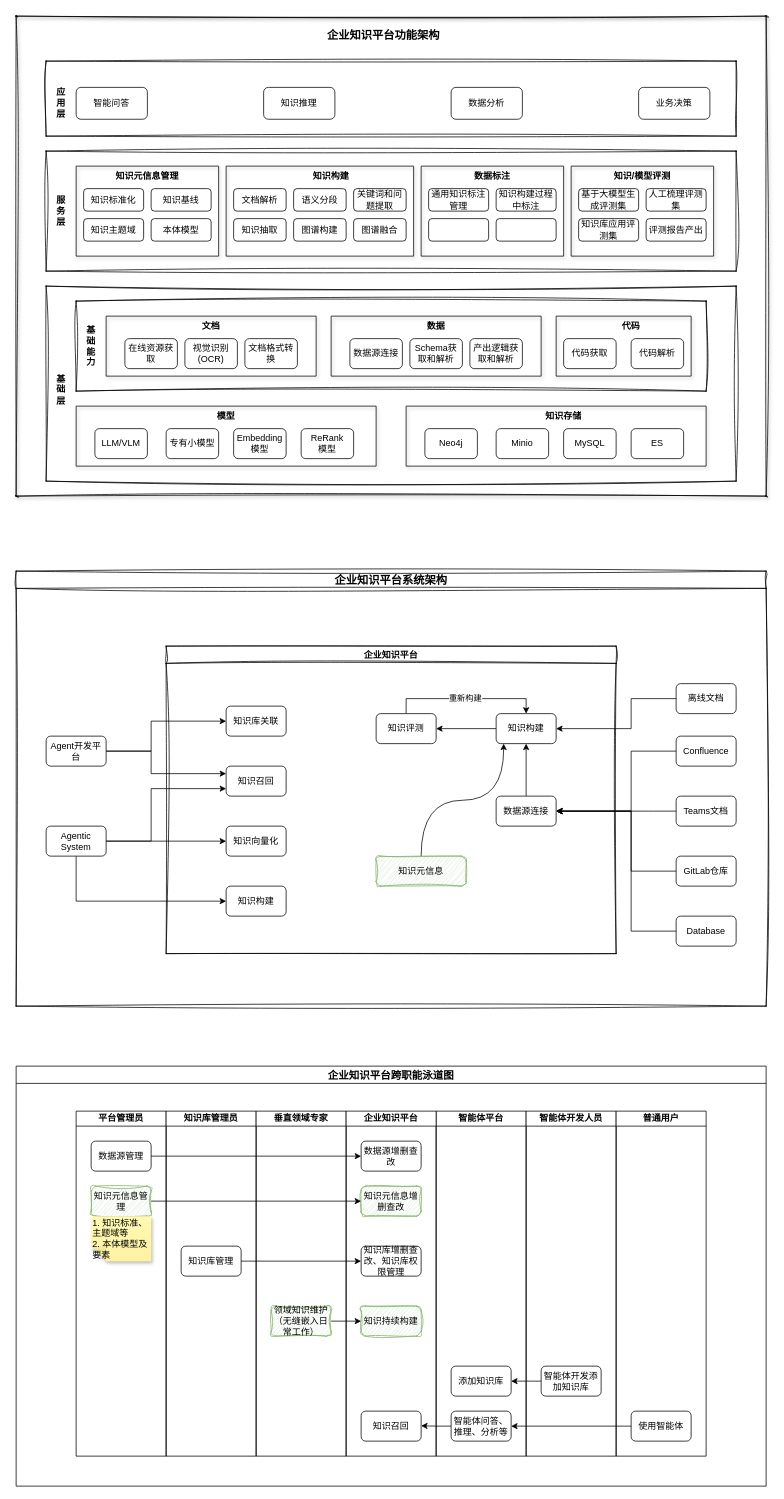
Earlier version of the draw.io diagram page "平台整体设计" (1 of 2) of biz_flow/企业知识平台设计.drawio (hlld3344/diagrams). Source tidied: cells renumbered, new cells numbered last; positions are measured from the earlier drawing's top-left corner, leaving out a move shared by most shapes. Both pictures are drawn from the tidied source at 75%, with x=0, y=0 at pixel (16, 16).
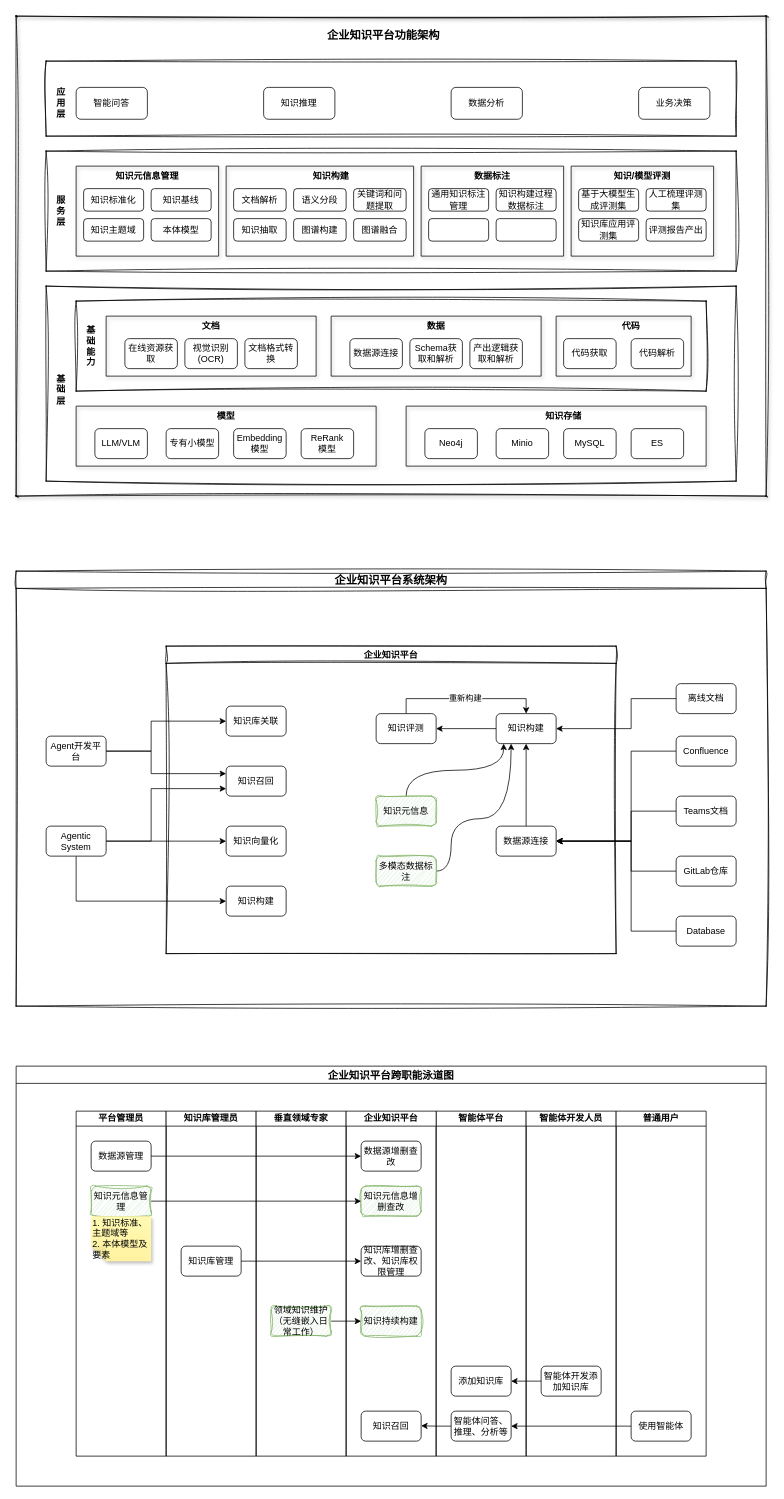
After the change.

Commit message:
更新企业知识平台设计.drawio

Unchanged cells that the change refers to:
```xml
<mxCell id="43" style="swimlane;startSize=0;shadow=1;" parent="33" vertex="1">
  <mxGeometry x="500" y="20" width="190" height="120" as="geometry" />
</mxCell>
<mxCell id="68" value="&lt;font style=&quot;font-size: 15px;&quot;&gt;企业知识平台系统架构&lt;/font&gt;" style="swimlane;whiteSpace=wrap;html=1;shadow=0;sketch=1;curveFitting=1;jiggle=2;" parent="1" vertex="1">
  <mxGeometry y="740" width="1000" height="580" as="geometry" />
</mxCell>
<mxCell id="69" value="企业知识平台" style="swimlane;whiteSpace=wrap;html=1;sketch=1;curveFitting=1;jiggle=2;" parent="68" vertex="1">
  <mxGeometry x="200" y="100" width="600" height="410" as="geometry" />
</mxCell>
<mxCell id="74" value="知识构建" style="rounded=1;whiteSpace=wrap;html=1;" parent="69" vertex="1">
  <mxGeometry x="440" y="90" width="80" height="40" as="geometry" />
</mxCell>
<mxCell id="89" value="Confluence" style="rounded=1;whiteSpace=wrap;html=1;" parent="68" vertex="1">
  <mxGeometry x="880" y="220" width="80" height="40" as="geometry" />
</mxCell>
<mxCell id="91" value="Teams文档" style="rounded=1;whiteSpace=wrap;html=1;" parent="68" vertex="1">
  <mxGeometry x="880" y="300" width="80" height="40" as="geometry" />
</mxCell>
<mxCell id="93" value="GitLab仓库" style="rounded=1;whiteSpace=wrap;html=1;" parent="68" vertex="1">
  <mxGeometry x="880" y="380" width="80" height="40" as="geometry" />
</mxCell>
<mxCell id="97" value="Database" style="rounded=1;whiteSpace=wrap;html=1;" parent="68" vertex="1">
  <mxGeometry x="880" y="460" width="80" height="40" as="geometry" />
</mxCell>
```

The edit, as a diff of the source:
```diff
@@
-    <mxCell id="45" value="知识构建过程中标注" style="rounded=1;whiteSpace=wrap;html=1;" parent="43" vertex="1">
+    <mxCell id="45" value="知识构建过程数据标注" style="rounded=1;whiteSpace=wrap;html=1;" parent="43" vertex="1">
       <mxGeometry x="100" y="30" width="80" height="30" as="geometry" />
     </mxCell>
@@
     <mxCell id="71" value="数据源连接" style="rounded=1;whiteSpace=wrap;html=1;" parent="69" vertex="1">
-      <mxGeometry x="440" y="200" width="80" height="40" as="geometry" />
+      <mxGeometry x="440" y="240" width="80" height="40" as="geometry" />
     </mxCell>
@@
     <mxCell id="79" value="知识元信息" style="rounded=1;whiteSpace=wrap;html=1;sketch=1;curveFitting=1;jiggle=2;fillColor=#d5e8d4;strokeColor=#82b366;" parent="69" vertex="1">
-      <mxGeometry x="280" y="280" width="120" height="40" as="geometry" />
+      <mxGeometry x="280" y="200" width="80" height="40" as="geometry" />
     </mxCell>
@@
+    <mxCell id="130" style="edgeStyle=orthogonalEdgeStyle;rounded=0;jettySize=auto;html=1;exitX=1;exitY=0.5;exitDx=0;exitDy=0;entryX=0.25;entryY=1;entryDx=0;entryDy=0;curved=1;" parent="69" edge="1" source="131" target="74">
+      <mxGeometry relative="1" as="geometry">
+        <Array as="points">
+          <mxPoint x="380" y="300" />
+          <mxPoint x="380" y="230" />
+          <mxPoint x="460" y="230" />
+        </Array>
+      </mxGeometry>
+    </mxCell>
+    <mxCell id="131" value="多模态数据标注" style="rounded=1;whiteSpace=wrap;html=1;sketch=1;curveFitting=1;jiggle=2;fillColor=#d5e8d4;strokeColor=#82b366;" parent="69" vertex="1">
+      <mxGeometry x="280" y="280" width="80" height="40" as="geometry" />
+    </mxCell>
@@
     <mxCell id="88" style="edgeStyle=orthogonalEdgeStyle;rounded=0;jettySize=auto;html=1;exitX=0;exitY=0.5;exitDx=0;exitDy=0;entryX=1;entryY=0.5;entryDx=0;entryDy=0;" parent="68" edge="1" source="89" target="71">
       <mxGeometry relative="1" as="geometry">
         <Array as="points">
           <mxPoint x="820" y="240" />
-          <mxPoint x="820" y="320" />
+          <mxPoint x="820" y="360" />
         </Array>
       </mxGeometry>
     </mxCell>
@@
     <mxCell id="90" style="edgeStyle=orthogonalEdgeStyle;rounded=0;jettySize=auto;html=1;exitX=0;exitY=0.5;exitDx=0;exitDy=0;entryX=1;entryY=0.5;entryDx=0;entryDy=0;" parent="68" edge="1" source="91" target="71">
       <mxGeometry relative="1" as="geometry">
         <Array as="points">
-          <mxPoint x="850" y="320" />
-          <mxPoint x="850" y="320" />
+          <mxPoint x="820" y="320" />
+          <mxPoint x="820" y="360" />
         </Array>
       </mxGeometry>
     </mxCell>
@@
     <mxCell id="92" style="edgeStyle=orthogonalEdgeStyle;rounded=0;jettySize=auto;html=1;exitX=0;exitY=0.5;exitDx=0;exitDy=0;entryX=1;entryY=0.5;entryDx=0;entryDy=0;" parent="68" edge="1" source="93" target="71">
       <mxGeometry relative="1" as="geometry">
         <Array as="points">
           <mxPoint x="820" y="400" />
-          <mxPoint x="820" y="320" />
+          <mxPoint x="820" y="360" />
         </Array>
       </mxGeometry>
     </mxCell>
@@
     <mxCell id="96" style="edgeStyle=orthogonalEdgeStyle;rounded=0;jettySize=auto;html=1;exitX=0;exitY=0.5;exitDx=0;exitDy=0;entryX=1;entryY=0.5;entryDx=0;entryDy=0;" parent="68" edge="1" source="97" target="71">
       <mxGeometry relative="1" as="geometry">
         <Array as="points">
           <mxPoint x="820" y="480" />
-          <mxPoint x="820" y="320" />
+          <mxPoint x="820" y="360" />
         </Array>
       </mxGeometry>
     </mxCell>
```
